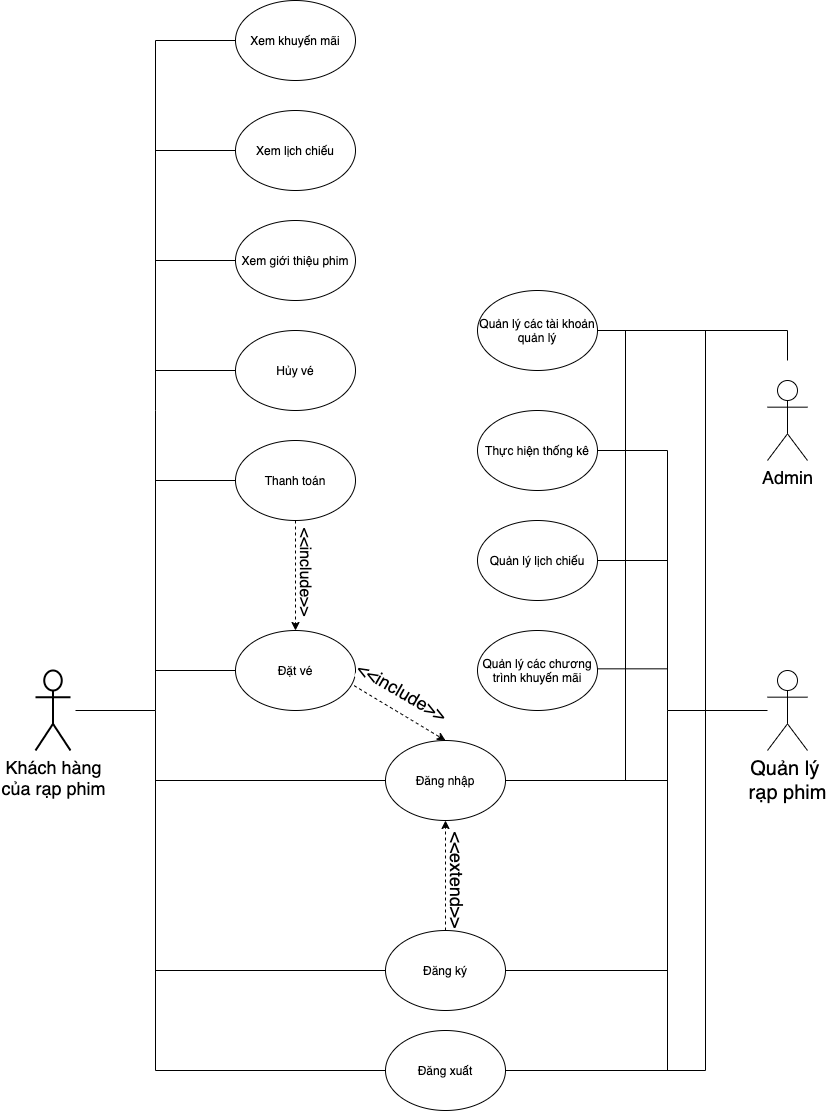
The draw.io diagram Report/UsecaseDiagram/usecase.png in baolongnguyenmac/CinemaManagementSystem, before a commit. Source tidied: cells renumbered, new cells last; positions are measured from the earlier drawing's top-left corner, leaving out a move shared by most shapes.
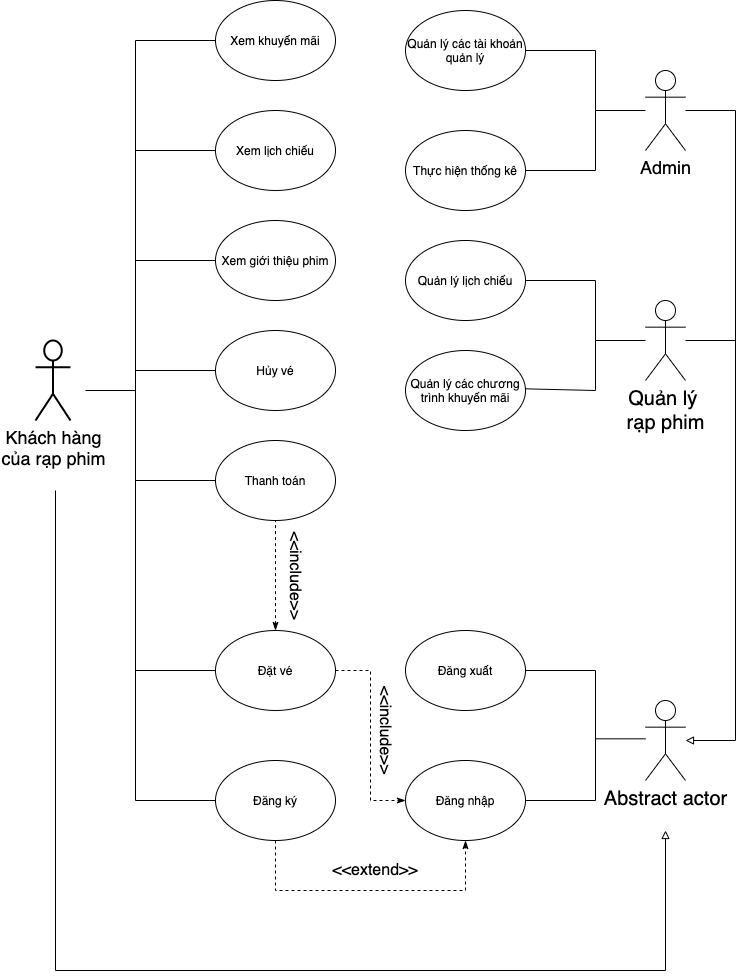
Above is the later version.

Commit message:
usecase diagram done again :>

Diff of the diagram source:
```diff
@@ -3,192 +3,200 @@
     <mxCell id="0" />
     <mxCell id="1" parent="0" />
     <mxCell id="2" value="Khách hàng&lt;br style=&quot;font-size: 18px;&quot;&gt;của rạp phim" style="shape=umlActor;verticalLabelPosition=bottom;verticalAlign=top;html=1;strokeWidth=2;fontSize=18;" parent="1" vertex="1">
-      <mxGeometry y="670" width="35" height="80" as="geometry" />
+      <mxGeometry x="27" y="421" width="35" height="80" as="geometry" />
     </mxCell>
     <mxCell id="3" value="Đăng nhập" style="ellipse;whiteSpace=wrap;html=1;" parent="1" vertex="1">
-      <mxGeometry x="350" y="740" width="120" height="80" as="geometry" />
+      <mxGeometry x="397" y="841" width="120" height="80" as="geometry" />
     </mxCell>
     <mxCell id="4" value="Đăng ký" style="ellipse;whiteSpace=wrap;html=1;" parent="1" vertex="1">
-      <mxGeometry x="350" y="930" width="120" height="80" as="geometry" />
+      <mxGeometry x="207" y="841" width="120" height="80" as="geometry" />
     </mxCell>
     <mxCell id="5" value="Đăng xuất" style="ellipse;whiteSpace=wrap;html=1;" parent="1" vertex="1">
-      <mxGeometry x="350" y="1030" width="120" height="80" as="geometry" />
+      <mxGeometry x="397" y="711" width="120" height="80" as="geometry" />
     </mxCell>
     <mxCell id="6" value="Quản lý &lt;br&gt;rạp phim" style="shape=umlActor;verticalLabelPosition=bottom;verticalAlign=top;html=1;outlineConnect=0;fontSize=20;" parent="1" vertex="1">
-      <mxGeometry x="732" y="670" width="40" height="80" as="geometry" />
+      <mxGeometry x="637" y="381" width="40" height="80" as="geometry" />
     </mxCell>
     <mxCell id="7" value="Admin" style="shape=umlActor;verticalLabelPosition=bottom;verticalAlign=top;html=1;outlineConnect=0;fontSize=18;" parent="1" vertex="1">
-      <mxGeometry x="732" y="380" width="40" height="80" as="geometry" />
+      <mxGeometry x="637" y="151" width="40" height="80" as="geometry" />
     </mxCell>
+    <mxCell id="19" style="edgeStyle=orthogonalEdgeStyle;rounded=0;jettySize=auto;html=1;exitX=1;exitY=0.5;exitDx=0;exitDy=0;entryX=0;entryY=0.5;entryDx=0;entryDy=0;startArrow=none;startFill=0;endArrow=classicThin;endFill=1;dashed=1;" parent="1" edge="1" source="8" target="3">
+      <mxGeometry relative="1" as="geometry" />
+    </mxCell>
     <mxCell id="8" value="Đặt vé" style="ellipse;whiteSpace=wrap;html=1;" parent="1" vertex="1">
-      <mxGeometry x="200" y="630" width="120" height="80" as="geometry" />
+      <mxGeometry x="207" y="711" width="120" height="80" as="geometry" />
     </mxCell>
     <mxCell id="9" value="Xem giới thiệu phim" style="ellipse;whiteSpace=wrap;html=1;" parent="1" vertex="1">
-      <mxGeometry x="200" y="220" width="120" height="80" as="geometry" />
+      <mxGeometry x="207" y="301" width="120" height="80" as="geometry" />
     </mxCell>
     <mxCell id="10" value="Xem khuyến mãi" style="ellipse;whiteSpace=wrap;html=1;" parent="1" vertex="1">
-      <mxGeometry x="200" width="120" height="80" as="geometry" />
+      <mxGeometry x="207" y="81" width="120" height="80" as="geometry" />
     </mxCell>
     <mxCell id="11" value="Thanh toán" style="ellipse;whiteSpace=wrap;html=1;" parent="1" vertex="1">
-      <mxGeometry x="200" y="440" width="120" height="80" as="geometry" />
+      <mxGeometry x="207" y="521" width="120" height="80" as="geometry" />
     </mxCell>
     <mxCell id="12" value="Quản lý các tài khoản quản lý" style="ellipse;whiteSpace=wrap;html=1;" parent="1" vertex="1">
-      <mxGeometry x="442" y="290" width="120" height="80" as="geometry" />
+      <mxGeometry x="397" y="91" width="120" height="80" as="geometry" />
     </mxCell>
     <mxCell id="13" value="Quản lý các chương trình khuyến mãi" style="ellipse;whiteSpace=wrap;html=1;" parent="1" vertex="1">
-      <mxGeometry x="442" y="630" width="120" height="80" as="geometry" />
+      <mxGeometry x="397" y="431" width="120" height="80" as="geometry" />
     </mxCell>
     <mxCell id="14" value="Quản lý lịch chiếu" style="ellipse;whiteSpace=wrap;html=1;" parent="1" vertex="1">
-      <mxGeometry x="442" y="520" width="120" height="80" as="geometry" />
+      <mxGeometry x="397" y="321" width="120" height="80" as="geometry" />
     </mxCell>
     <mxCell id="15" value="Thực hiện thống kê" style="ellipse;whiteSpace=wrap;html=1;" parent="1" vertex="1">
-      <mxGeometry x="442" y="410" width="120" height="80" as="geometry" />
+      <mxGeometry x="397" y="211" width="120" height="80" as="geometry" />
     </mxCell>
     <mxCell id="16" value="Hủy vé" style="ellipse;whiteSpace=wrap;html=1;" parent="1" vertex="1">
-      <mxGeometry x="200" y="330" width="120" height="80" as="geometry" />
+      <mxGeometry x="207" y="411" width="120" height="80" as="geometry" />
     </mxCell>
-    <mxCell id="17" style="endArrow=classic;html=1;dashed=1;strokeColor=#000000;exitX=0.5;exitY=0;exitDx=0;exitDy=0;entryX=0.5;entryY=1;entryDx=0;entryDy=0;" parent="1" edge="1" source="4" target="3">
-      <mxGeometry relative="1" as="geometry" />
-    </mxCell>
-    <mxCell id="18" value="&lt;font style=&quot;font-size: 18px&quot;&gt;&amp;lt;&amp;lt;extend&amp;gt;&amp;gt;&lt;/font&gt;" style="text;html=1;strokeColor=none;fillColor=none;align=center;verticalAlign=middle;whiteSpace=wrap;rounded=0;rotation=90;" parent="1" vertex="1">
-      <mxGeometry x="402" y="870" width="40" height="20" as="geometry" />
-    </mxCell>
-    <mxCell id="19" style="endArrow=classic;html=1;dashed=1;strokeColor=#000000;exitX=0.988;exitY=0.689;exitDx=0;exitDy=0;entryX=0.5;entryY=0;entryDx=0;entryDy=0;exitPerimeter=0;" parent="1" edge="1" source="8" target="3">
-      <mxGeometry relative="1" as="geometry" />
-    </mxCell>
-    <mxCell id="20" value="&lt;span style=&quot;font-size: 18px&quot;&gt;&amp;lt;&amp;lt;include&amp;gt;&amp;gt;&lt;/span&gt;" style="edgeLabel;html=1;align=center;verticalAlign=middle;rotation=30;" parent="19" vertex="1">
-      <mxGeometry x="-0.31" y="-1" relative="1" as="geometry">
-        <mxPoint x="16.9" y="-15.1" as="offset" />
-      </mxGeometry>
-    </mxCell>
-    <mxCell id="21" style="endArrow=classic;html=1;dashed=1;strokeColor=#000000;exitX=0.5;exitY=1;exitDx=0;exitDy=0;entryX=0.5;entryY=0;entryDx=0;entryDy=0;" parent="1" edge="1" source="11" target="8">
-      <mxGeometry relative="1" as="geometry" />
-    </mxCell>
     <mxCell id="22" value="Xem lịch chiếu" style="ellipse;whiteSpace=wrap;html=1;" parent="1" vertex="1">
-      <mxGeometry x="200" y="110" width="120" height="80" as="geometry" />
+      <mxGeometry x="207" y="191" width="120" height="80" as="geometry" />
     </mxCell>
     <mxCell id="23" value="&lt;font style=&quot;font-size: 16px&quot;&gt;&amp;lt;&amp;lt;include&amp;gt;&amp;gt;&lt;br&gt;&lt;/font&gt;" style="text;html=1;strokeColor=none;fillColor=none;align=center;verticalAlign=middle;whiteSpace=wrap;rounded=0;rotation=90;" parent="1" vertex="1">
-      <mxGeometry x="250" y="562" width="40" height="20" as="geometry" />
+      <mxGeometry x="267" y="646.5" width="40" height="20" as="geometry" />
     </mxCell>
-    <mxCell id="24" style="endArrow=none;html=1;entryX=0;entryY=0.5;entryDx=0;entryDy=0;endFill=0;rounded=0;" parent="1" edge="1" target="10">
-      <mxGeometry relative="1" as="geometry">
-        <mxPoint x="40" y="710" as="sourcePoint" />
-        <Array as="points">
-          <mxPoint x="120" y="710" />
-          <mxPoint x="120" y="410" />
-          <mxPoint x="120" y="40" />
-        </Array>
-      </mxGeometry>
-    </mxCell>
     <mxCell id="25" style="endArrow=none;html=1;entryX=0;entryY=0.5;entryDx=0;entryDy=0;endFill=0;" parent="1" edge="1" target="16">
       <mxGeometry relative="1" as="geometry">
-        <mxPoint x="120" y="370" as="sourcePoint" />
+        <mxPoint x="127" y="451" as="sourcePoint" />
       </mxGeometry>
     </mxCell>
     <mxCell id="26" style="endArrow=none;html=1;entryX=0;entryY=0.5;entryDx=0;entryDy=0;endFill=0;" parent="1" edge="1" target="11">
       <mxGeometry relative="1" as="geometry">
-        <mxPoint x="120" y="480" as="sourcePoint" />
+        <mxPoint x="127" y="561" as="sourcePoint" />
       </mxGeometry>
     </mxCell>
     <mxCell id="27" style="endArrow=none;html=1;entryX=0;entryY=0.5;entryDx=0;entryDy=0;endFill=0;" parent="1" edge="1" target="9">
       <mxGeometry relative="1" as="geometry">
-        <mxPoint x="120" y="260" as="sourcePoint" />
+        <mxPoint x="127" y="341" as="sourcePoint" />
       </mxGeometry>
     </mxCell>
     <mxCell id="28" style="endArrow=none;html=1;entryX=0;entryY=0.5;entryDx=0;entryDy=0;endFill=0;" parent="1" edge="1" target="22">
       <mxGeometry relative="1" as="geometry">
-        <mxPoint x="120" y="150" as="sourcePoint" />
+        <mxPoint x="127" y="231" as="sourcePoint" />
       </mxGeometry>
     </mxCell>
     <mxCell id="29" style="endArrow=none;html=1;entryX=0;entryY=0.5;entryDx=0;entryDy=0;" parent="1" edge="1" target="8">
       <mxGeometry relative="1" as="geometry">
-        <mxPoint x="120" y="670" as="sourcePoint" />
+        <mxPoint x="127" y="751" as="sourcePoint" />
       </mxGeometry>
     </mxCell>
-    <mxCell id="30" style="endArrow=none;html=1;entryX=0;entryY=0.5;entryDx=0;entryDy=0;rounded=0;" parent="1" edge="1" target="5">
-      <mxGeometry relative="1" as="geometry">
-        <mxPoint x="120" y="710" as="sourcePoint" />
-        <Array as="points">
-          <mxPoint x="120" y="1070" />
-        </Array>
-      </mxGeometry>
-    </mxCell>
-    <mxCell id="31" style="endArrow=none;html=1;" parent="1" edge="1" target="3">
-      <mxGeometry relative="1" as="geometry">
-        <mxPoint x="120" y="780" as="sourcePoint" />
-      </mxGeometry>
-    </mxCell>
-    <mxCell id="32" style="endArrow=none;html=1;entryX=0;entryY=0.5;entryDx=0;entryDy=0;" parent="1" edge="1" target="4">
+    <mxCell id="32" style="endArrow=none;html=1;entryX=0;entryY=0.5;entryDx=0;entryDy=0;rounded=0;exitX=0;exitY=0.5;exitDx=0;exitDy=0;" parent="1" edge="1" source="10" target="4">
       <mxGeometry relative="1" as="geometry">
-        <mxPoint x="120" y="970" as="sourcePoint" />
+        <Array as="points">
+          <mxPoint x="127" y="121" />
+          <mxPoint x="127" y="881" />
+        </Array>
       </mxGeometry>
     </mxCell>
     <mxCell id="33" style="endArrow=none;html=1;exitX=1;exitY=0.5;exitDx=0;exitDy=0;rounded=0;" parent="1" edge="1" source="15">
       <mxGeometry relative="1" as="geometry">
-        <mxPoint x="732" y="710" as="targetPoint" />
+        <mxPoint x="587" y="131" as="targetPoint" />
         <Array as="points">
-          <mxPoint x="632" y="450" />
-          <mxPoint x="632" y="710" />
+          <mxPoint x="587" y="251" />
         </Array>
       </mxGeometry>
     </mxCell>
     <mxCell id="34" style="endArrow=none;html=1;entryX=1;entryY=0.5;entryDx=0;entryDy=0;" parent="1" edge="1" target="14">
       <mxGeometry relative="1" as="geometry">
-        <mxPoint x="632" y="560" as="sourcePoint" />
+        <mxPoint x="587" y="361" as="sourcePoint" />
       </mxGeometry>
     </mxCell>
-    <mxCell id="35" style="endArrow=none;html=1;entryX=1;entryY=0.5;entryDx=0;entryDy=0;" parent="1" edge="1">
+    <mxCell id="35" style="endArrow=none;html=1;entryX=1;entryY=0.5;entryDx=0;entryDy=0;rounded=0;" parent="1" edge="1">
       <mxGeometry relative="1" as="geometry">
-        <mxPoint x="632" y="668.3" as="sourcePoint" />
-        <mxPoint x="562" y="668.3" as="targetPoint" />
+        <mxPoint x="587" y="361" as="sourcePoint" />
+        <mxPoint x="517" y="469.3" as="targetPoint" />
+        <Array as="points">
+          <mxPoint x="587" y="471" />
+        </Array>
       </mxGeometry>
     </mxCell>
-    <mxCell id="36" style="endArrow=none;html=1;exitX=1;exitY=0.5;exitDx=0;exitDy=0;rounded=0;" parent="1" edge="1" source="3">
-      <mxGeometry relative="1" as="geometry">
-        <mxPoint x="632" y="710" as="targetPoint" />
-        <Array as="points">
-          <mxPoint x="632" y="780" />
-        </Array>
-      </mxGeometry>
-    </mxCell>
-    <mxCell id="37" style="endArrow=none;html=1;exitX=1;exitY=0.5;exitDx=0;exitDy=0;rounded=0;" parent="1" edge="1" source="4">
-      <mxGeometry relative="1" as="geometry">
-        <mxPoint x="632" y="770" as="targetPoint" />
-        <Array as="points">
-          <mxPoint x="632" y="970" />
-        </Array>
-      </mxGeometry>
-    </mxCell>
-    <mxCell id="38" style="endArrow=none;html=1;exitX=1;exitY=0.5;exitDx=0;exitDy=0;rounded=0;" parent="1" edge="1" source="5">
-      <mxGeometry relative="1" as="geometry">
-        <mxPoint x="632" y="910" as="targetPoint" />
-        <Array as="points">
-          <mxPoint x="632" y="1070" />
-        </Array>
-      </mxGeometry>
-    </mxCell>
     <mxCell id="39" style="endArrow=none;html=1;exitX=1;exitY=0.5;exitDx=0;exitDy=0;rounded=0;" parent="1" edge="1" source="12">
       <mxGeometry relative="1" as="geometry">
-        <mxPoint x="752" y="360" as="targetPoint" />
-        <Array as="points">
-          <mxPoint x="752" y="330" />
-        </Array>
+        <mxPoint x="587" y="131" as="targetPoint" />
       </mxGeometry>
     </mxCell>
-    <mxCell id="40" style="endArrow=none;html=1;" parent="1" edge="1">
-      <mxGeometry relative="1" as="geometry">
-        <mxPoint x="590" y="780" as="sourcePoint" />
-        <mxPoint x="590" y="330" as="targetPoint" />
-      </mxGeometry>
-    </mxCell>
-    <mxCell id="41" style="endArrow=none;html=1;rounded=0;" parent="1" edge="1">
-      <mxGeometry relative="1" as="geometry">
-        <mxPoint x="630" y="1070" as="sourcePoint" />
-        <mxPoint x="670" y="330" as="targetPoint" />
-        <Array as="points">
-          <mxPoint x="670" y="1070" />
-        </Array>
-      </mxGeometry>
-    </mxCell>
+    <mxCell id="42" style="endArrow=none;html=1;" parent="1" edge="1">
+      <mxGeometry relative="1" as="geometry">
+        <mxPoint x="77" y="471" as="sourcePoint" />
+        <mxPoint x="127" y="471" as="targetPoint" />
+      </mxGeometry>
+    </mxCell>
+    <mxCell id="43" value="Abstract actor" style="shape=umlActor;verticalLabelPosition=bottom;verticalAlign=top;html=1;fontSize=20;" parent="1" vertex="1">
+      <mxGeometry x="637" y="781" width="40" height="80" as="geometry" />
+    </mxCell>
+    <mxCell id="44" style="endArrow=block;html=1;rounded=0;endFill=0;" parent="1" edge="1">
+      <mxGeometry relative="1" as="geometry">
+        <mxPoint x="47" y="571" as="sourcePoint" />
+        <mxPoint x="657" y="911" as="targetPoint" />
+        <Array as="points">
+          <mxPoint x="47" y="1051" />
+          <mxPoint x="657" y="1051" />
+        </Array>
+      </mxGeometry>
+    </mxCell>
+    <mxCell id="17" style="endArrow=classicThin;dashed=1;html=1;exitX=0.5;exitY=1;exitDx=0;exitDy=0;entryX=0.5;entryY=1;entryDx=0;entryDy=0;rounded=0;endFill=1;" parent="1" edge="1" source="4" target="3">
+      <mxGeometry relative="1" as="geometry">
+        <Array as="points">
+          <mxPoint x="267" y="971" />
+          <mxPoint x="377" y="971" />
+          <mxPoint x="457" y="971" />
+        </Array>
+      </mxGeometry>
+    </mxCell>
+    <mxCell id="45" style="endArrow=none;dashed=1;html=1;entryX=0.5;entryY=1;entryDx=0;entryDy=0;exitX=0.5;exitY=0;exitDx=0;exitDy=0;startArrow=classicThin;startFill=1;" parent="1" edge="1" source="8" target="11">
+      <mxGeometry relative="1" as="geometry" />
+    </mxCell>
+    <mxCell id="18" value="&lt;font style=&quot;font-size: 16px&quot;&gt;&amp;lt;&amp;lt;extend&amp;gt;&amp;gt;&lt;br&gt;&lt;/font&gt;" style="text;html=1;strokeColor=none;fillColor=none;align=center;verticalAlign=middle;whiteSpace=wrap;rounded=0;rotation=0;" parent="1" vertex="1">
+      <mxGeometry x="347" y="941" width="40" height="20" as="geometry" />
+    </mxCell>
+    <mxCell id="46" style="endArrow=none;html=1;" parent="1" edge="1" target="7">
+      <mxGeometry relative="1" as="geometry">
+        <mxPoint x="587" y="191" as="sourcePoint" />
+      </mxGeometry>
+    </mxCell>
+    <mxCell id="47" style="endArrow=none;html=1;" parent="1" edge="1">
+      <mxGeometry relative="1" as="geometry">
+        <mxPoint x="587" y="421" as="sourcePoint" />
+        <mxPoint x="637" y="421" as="targetPoint" />
+      </mxGeometry>
+    </mxCell>
+    <mxCell id="20" value="&lt;font style=&quot;font-size: 16px&quot;&gt;&amp;lt;&amp;lt;include&amp;gt;&amp;gt;&lt;br&gt;&lt;/font&gt;" style="text;html=1;strokeColor=none;fillColor=none;align=center;verticalAlign=middle;whiteSpace=wrap;rounded=0;rotation=90;" parent="1" vertex="1">
+      <mxGeometry x="357" y="801" width="40" height="20" as="geometry" />
+    </mxCell>
+    <mxCell id="48" style="endArrow=none;html=1;entryX=1;entryY=0.5;entryDx=0;entryDy=0;" parent="1" edge="1" target="5">
+      <mxGeometry relative="1" as="geometry">
+        <mxPoint x="587" y="751" as="sourcePoint" />
+      </mxGeometry>
+    </mxCell>
+    <mxCell id="49" style="endArrow=none;html=1;entryX=1;entryY=0.5;entryDx=0;entryDy=0;rounded=0;" parent="1" edge="1" target="3">
+      <mxGeometry relative="1" as="geometry">
+        <mxPoint x="587" y="751" as="sourcePoint" />
+        <Array as="points">
+          <mxPoint x="587" y="881" />
+        </Array>
+      </mxGeometry>
+    </mxCell>
+    <mxCell id="50" style="endArrow=none;html=1;" parent="1" edge="1">
+      <mxGeometry relative="1" as="geometry">
+        <mxPoint x="587" y="819.3" as="sourcePoint" />
+        <mxPoint x="637" y="819.3" as="targetPoint" />
+      </mxGeometry>
+    </mxCell>
+    <mxCell id="51" style="endArrow=block;html=1;rounded=0;endFill=0;" parent="1" edge="1">
+      <mxGeometry relative="1" as="geometry">
+        <mxPoint x="677" y="191" as="sourcePoint" />
+        <mxPoint x="677" y="821" as="targetPoint" />
+        <Array as="points">
+          <mxPoint x="727" y="191" />
+          <mxPoint x="727" y="821" />
+        </Array>
+      </mxGeometry>
+    </mxCell>
+    <mxCell id="52" style="endArrow=none;html=1;" parent="1" edge="1" source="6">
+      <mxGeometry relative="1" as="geometry">
+        <mxPoint x="727" y="421" as="targetPoint" />
+      </mxGeometry>
+    </mxCell>
   </root>
 </mxGraphModel>
```
